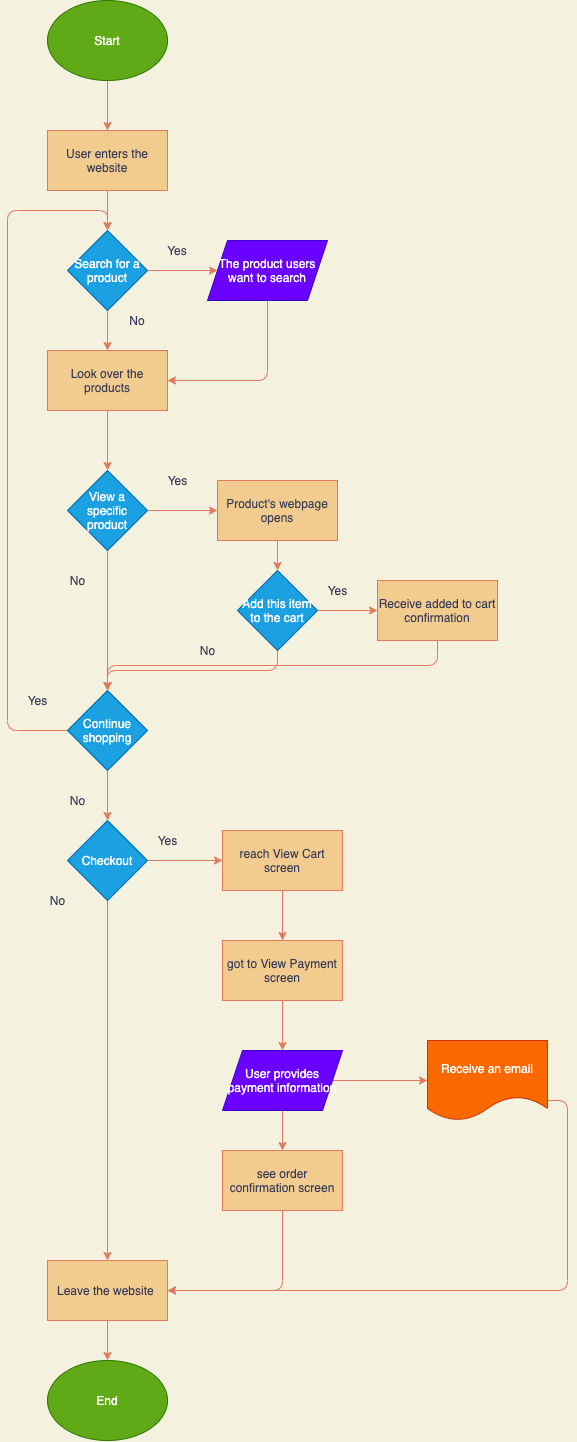
Above: part2/part2.drawio.png in AlexisChen99/wi21-cse110-lab4 (draw.io), before the change. Source tidied: cells renumbered, new cells last; positions are measured from the earlier drawing's top-left corner, leaving out a move shared by most shapes.
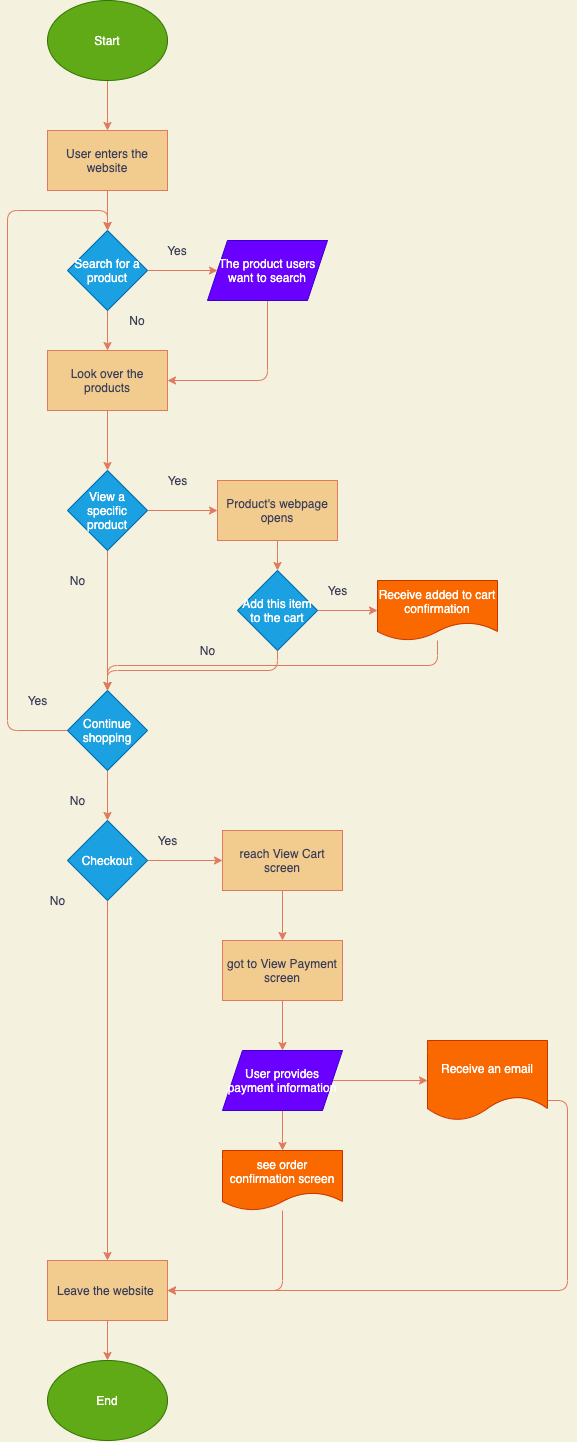
The same file after the commit.

Commit message:
Fix some bug Closes #1

Diff of the diagram source:
```diff
@@ -70,7 +70,7 @@
     <mxCell id="23" style="edgeStyle=orthogonalEdgeStyle;curved=0;rounded=1;sketch=0;jettySize=auto;html=1;exitX=0.5;exitY=1;exitDx=0;exitDy=0;strokeColor=#E07A5F;fillColor=#F2CC8F;fontColor=#393C56;" parent="1" edge="1" source="24" target="27">
       <mxGeometry relative="1" as="geometry" />
     </mxCell>
-    <mxCell id="24" value="Receive added to cart confirmation" style="rounded=0;whiteSpace=wrap;html=1;sketch=0;strokeColor=#E07A5F;fillColor=#F2CC8F;fontColor=#393C56;" parent="1" vertex="1">
+    <mxCell id="24" value="Receive added to cart confirmation" style="shape=document;whiteSpace=wrap;html=1;boundedLbl=1;fontFamily=Helvetica;fontSize=12;fontColor=#ffffff;align=center;strokeColor=#C73500;fillColor=#fa6800;sketch=0;" parent="1" vertex="1">
       <mxGeometry x="370" y="580" width="120" height="60" as="geometry" />
     </mxCell>
     <mxCell id="25" style="edgeStyle=orthogonalEdgeStyle;curved=0;rounded=1;sketch=0;jettySize=auto;html=1;exitX=1;exitY=0.5;exitDx=0;exitDy=0;entryX=0.5;entryY=0;entryDx=0;entryDy=0;strokeColor=#E07A5F;fillColor=#F2CC8F;fontColor=#393C56;" parent="1" edge="1" source="27" target="8">
@@ -151,7 +151,7 @@
     <mxCell id="48" style="edgeStyle=orthogonalEdgeStyle;curved=0;rounded=1;sketch=0;jettySize=auto;html=1;exitX=0.5;exitY=1;exitDx=0;exitDy=0;entryX=1;entryY=0.5;entryDx=0;entryDy=0;strokeColor=#E07A5F;fillColor=#F2CC8F;fontColor=#393C56;" parent="1" edge="1" source="49" target="38">
       <mxGeometry relative="1" as="geometry" />
     </mxCell>
-    <mxCell id="49" value="see order confirmation screen" style="whiteSpace=wrap;html=1;rounded=0;sketch=0;strokeColor=#E07A5F;fillColor=#F2CC8F;fontColor=#393C56;" parent="1" vertex="1">
+    <mxCell id="49" value="see order confirmation screen" style="shape=document;whiteSpace=wrap;html=1;boundedLbl=1;fontFamily=Helvetica;fontSize=12;fontColor=#ffffff;align=center;strokeColor=#C73500;fillColor=#fa6800;sketch=0;" parent="1" vertex="1">
       <mxGeometry x="215" y="1150" width="120" height="60" as="geometry" />
     </mxCell>
     <mxCell id="50" style="edgeStyle=orthogonalEdgeStyle;curved=0;rounded=1;sketch=0;jettySize=auto;html=1;exitX=1;exitY=0.75;exitDx=0;exitDy=0;entryX=1;entryY=0.5;entryDx=0;entryDy=0;strokeColor=#E07A5F;fillColor=#F2CC8F;fontColor=#393C56;" parent="1" edge="1" source="51" target="38">
```
